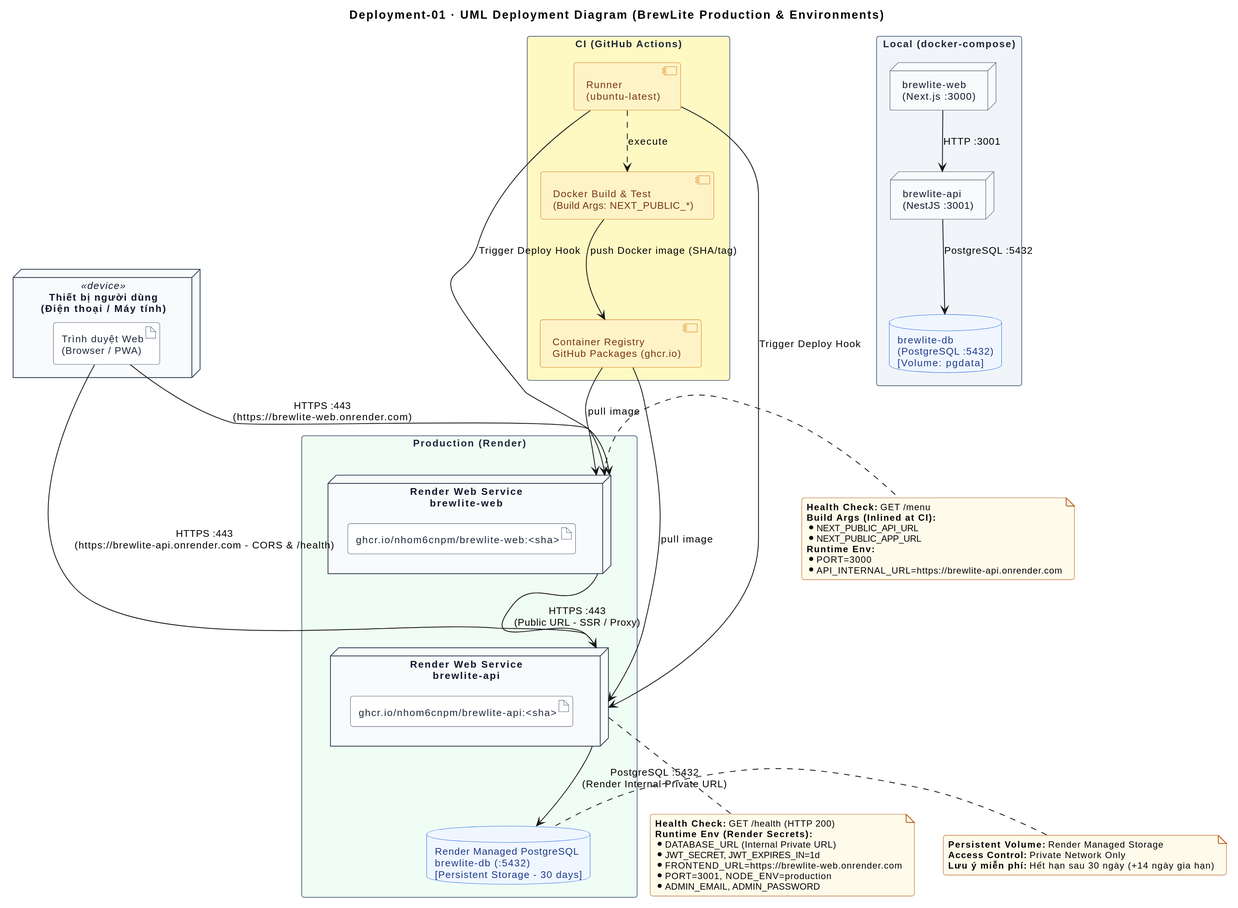
Above: docs/diagrams/deployment.svg in nhom6cnpm/brewlite-a2 (PlantUML), before the change.
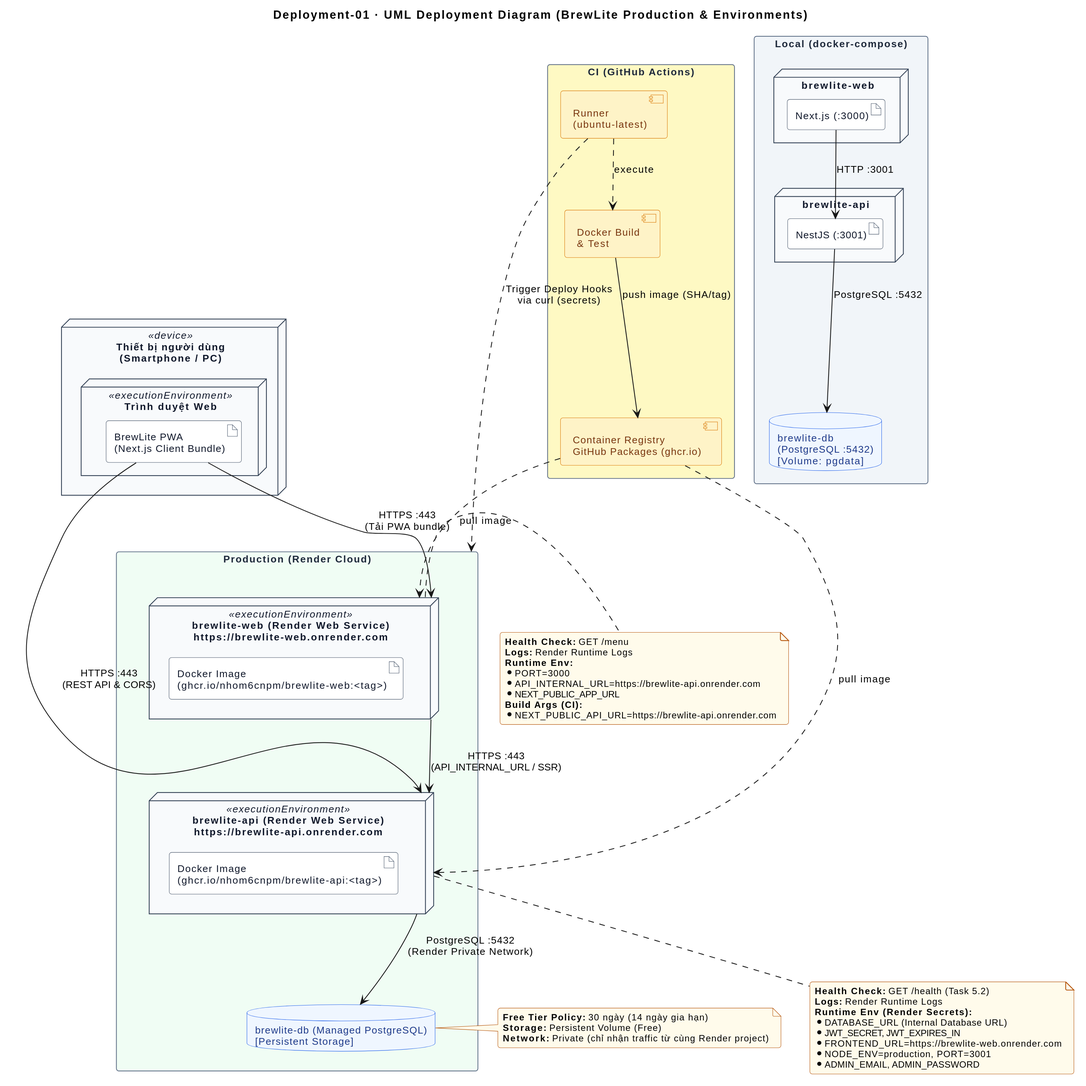
The same file after the commit.

Commit message:
docs(architecture): address task 3.2 review (update render 30d db policy, https api routing, uml device notation)

The edit, as a diff of the source:
```diff
@@ -5,8 +5,8 @@
 skinparam shadowing false
 skinparam defaultFontName Arial
 skinparam defaultFontSize 12
+skinparam roundcorner 6
 skinparam dpi 150
-skinparam roundcorner 6
 
 skinparam node {
   BackgroundColor #F8FAFC
@@ -34,7 +34,7 @@
 skinparam artifact {
   BackgroundColor #FFFFFF
   BorderColor #475569
-  FontColor #1E293B
+  FontColor #0F172A
 }
 
 skinparam note {
@@ -43,74 +43,81 @@
   FontSize 11
 }
 
-node "Thiết bị người dùng\n(Điện thoại / Máy tính)" <<device>> as device {
-  artifact "Trình duyệt Web\n(Browser / PWA)" as browser
+node "Thiết bị người dùng\n(Smartphone / PC)" <<device>> as client_device {
+  node "Trình duyệt Web" <<executionEnvironment>> as browser {
+    artifact "BrewLite PWA\n(Next.js Client Bundle)" as pwa
+  }
 }
 
 rectangle "Local (docker-compose)" as local #F1F5F9 {
-  node "brewlite-web\n(Next.js :3000)" as web_local
-  node "brewlite-api\n(NestJS :3001)" as api_local
+  node "brewlite-web" as web_local {
+    artifact "Next.js (:3000)" as web_local_art
+  }
+  node "brewlite-api" as api_local {
+    artifact "NestJS (:3001)" as api_local_art
+  }
   database "brewlite-db\n(PostgreSQL :5432)\n[Volume: pgdata]" as db_local
 
-  web_local --> api_local : HTTP :3001
-  api_local --> db_local : PostgreSQL :5432
+  web_local_art --> api_local_art : HTTP :3001
+  api_local_art --> db_local : PostgreSQL :5432
 }
 
 rectangle "CI (GitHub Actions)" as ci #FEF9C3 {
   component "Runner\n(ubuntu-latest)" as runner
-  component "Docker Build & Test\n(Build Args: NEXT_PUBLIC_*)" as build
+  component "Docker Build\n& Test" as build
   component "Container Registry\nGitHub Packages (ghcr.io)" as ghcr
 
   runner ..> build : execute
-  build --> ghcr : push Docker image (SHA/tag)
+  build --> ghcr : push image (SHA/tag)
 }
 
-rectangle "Production (Render)" as prod #F0FDF4 {
-  node "Render Web Service\nbrewlite-web" as web_prod {
-    artifact "ghcr.io/nhom6cnpm/brewlite-web:<sha>" as img_web
+rectangle "Production (Render Cloud)" as prod #F0FDF4 {
+  node "brewlite-web (Render Web Service)\nhttps://brewlite-web.onrender.com" <<executionEnvironment>> as web_prod {
+    artifact "Docker Image\n(ghcr.io/nhom6cnpm/brewlite-web:<tag>)" as web_art
   }
 
-  node "Render Web Service\nbrewlite-api" as api_prod {
-    artifact "ghcr.io/nhom6cnpm/brewlite-api:<sha>" as img_api
+  node "brewlite-api (Render Web Service)\nhttps://brewlite-api.onrender.com" <<executionEnvironment>> as api_prod {
+    artifact "Docker Image\n(ghcr.io/nhom6cnpm/brewlite-api:<tag>)" as api_art
   }
 
-  database "Render Managed PostgreSQL\nbrewlite-db (:5432)\n[Persistent Storage - 30 days]" as db_prod
+  database "brewlite-db (Managed PostgreSQL)\n[Persistent Storage]" as db_prod
 }
 
-browser --> web_prod : HTTPS :443\n(https://brewlite-web.onrender.com)
-browser --> api_prod : HTTPS :443\n(https://brewlite-api.onrender.com - CORS & /health)
+pwa --> web_prod : HTTPS :443\n(Tải PWA bundle)
+pwa --> api_prod : HTTPS :443\n(REST API & CORS)
 
-web_prod --> api_prod : HTTPS :443\n(Public URL - SSR / Proxy)
-api_prod --> db_prod : PostgreSQL :5432\n(Render Internal Private URL)
+web_prod --> api_prod : HTTPS :443\n(API_INTERNAL_URL / SSR)
+api_prod --> db_prod : PostgreSQL :5432\n(Render Private Network)
 
-runner --> web_prod : Trigger Deploy Hook
-runner --> api_prod : Trigger Deploy Hook
-ghcr --> web_prod : pull image
-ghcr --> api_prod : pull image
+runner ..> prod : Trigger Deploy Hooks\nvia curl (secrets)
+ghcr ..> web_prod : pull image
+ghcr ..> api_prod : pull image
 
 note right of web_prod
   <b>Health Check:</b> GET /menu
-  <b>Build Args (Inlined at CI):</b>
-  * NEXT_PUBLIC_API_URL
-  * NEXT_PUBLIC_APP_URL
+  <b>Logs:</b> Render Runtime Logs
   <b>Runtime Env:</b>
   * PORT=3000
   * API_INTERNAL_URL=https://brewlite-api.onrender.com
+  * NEXT_PUBLIC_APP_URL
+  <b>Build Args (CI):</b>
+  * NEXT_PUBLIC_API_URL=https://brewlite-api.onrender.com
 end note
 
 note bottom of api_prod
-  <b>Health Check:</b> GET /health (HTTP 200)
+  <b>Health Check:</b> GET /health (Task 5.2)
+  <b>Logs:</b> Render Runtime Logs
   <b>Runtime Env (Render Secrets):</b>
-  * DATABASE_URL (Internal Private URL)
-  * JWT_SECRET, JWT_EXPIRES_IN=1d
+  * DATABASE_URL (Internal Database URL)
+  * JWT_SECRET, JWT_EXPIRES_IN
   * FRONTEND_URL=https://brewlite-web.onrender.com
-  * PORT=3001, NODE_ENV=production
+  * NODE_ENV=production, PORT=3001
   * ADMIN_EMAIL, ADMIN_PASSWORD
 end note
 
 note right of db_prod
-  <b>Persistent Volume:</b> Render Managed Storage
-  <b>Access Control:</b> Private Network Only
-  <b>Lưu ý miễn phí:</b> Hết hạn sau 30 ngày (+14 ngày gia hạn)
+  <b>Free Tier Policy:</b> 30 ngày (14 ngày gia hạn)
+  <b>Storage:</b> Persistent Volume (Free)
+  <b>Network:</b> Private (chỉ nhận traffic từ cùng Render project)
 end note
 @enduml
```
